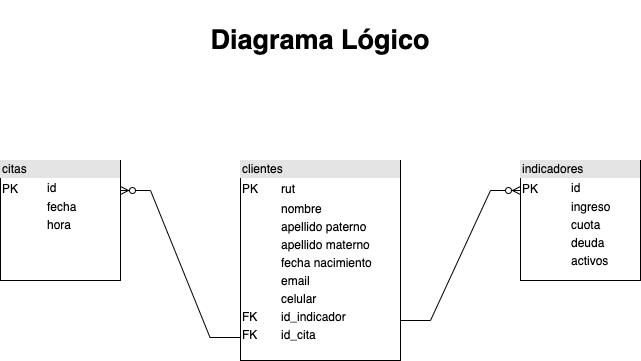
24orellana24/alma keeps this draw.io diagram as apoyo/almaFinanciera.drawio.png. Above is the earlier version. Source tidied: cells renumbered, new cells last; positions are measured from the earlier drawing's top-left corner, leaving out a move shared by most shapes.
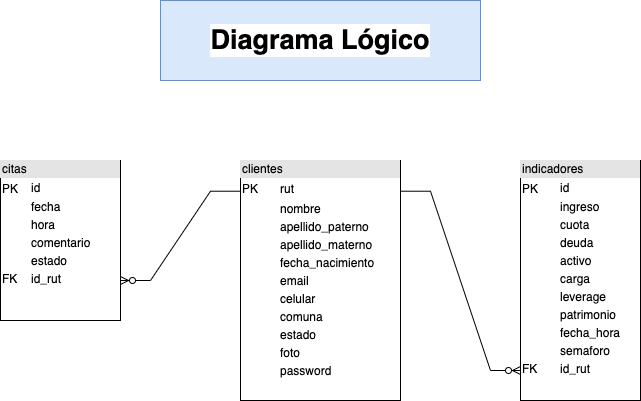
After the commit.

Diff of the diagram source:
```diff
@@ -2,24 +2,22 @@
   <root>
     <mxCell id="0" />
     <mxCell id="1" parent="0" />
-    <mxCell id="2" value="&lt;div style=&quot;box-sizing: border-box ; width: 100% ; background: #e4e4e4 ; padding: 2px&quot;&gt;clientes&lt;/div&gt;&lt;table style=&quot;width: 100% ; font-size: 1em&quot; cellpadding=&quot;2&quot; cellspacing=&quot;0&quot;&gt;&lt;tbody&gt;&lt;tr&gt;&lt;td&gt;PK&lt;span style=&quot;white-space: pre&quot;&gt;&#9;&lt;/span&gt;&lt;/td&gt;&lt;td&gt;rut&lt;/td&gt;&lt;/tr&gt;&lt;tr&gt;&lt;td&gt;&lt;br&gt;&lt;/td&gt;&lt;td&gt;nombre&lt;/td&gt;&lt;/tr&gt;&lt;tr&gt;&lt;td&gt;&lt;/td&gt;&lt;td&gt;apellido paterno&lt;/td&gt;&lt;/tr&gt;&lt;tr&gt;&lt;td&gt;&lt;br&gt;&lt;/td&gt;&lt;td&gt;apellido materno&lt;/td&gt;&lt;/tr&gt;&lt;tr&gt;&lt;td&gt;&lt;br&gt;&lt;/td&gt;&lt;td&gt;fecha nacimiento&lt;/td&gt;&lt;/tr&gt;&lt;tr&gt;&lt;td&gt;&lt;br&gt;&lt;/td&gt;&lt;td&gt;email&lt;/td&gt;&lt;/tr&gt;&lt;tr&gt;&lt;td&gt;&lt;br&gt;&lt;/td&gt;&lt;td&gt;celular&lt;/td&gt;&lt;/tr&gt;&lt;tr&gt;&lt;td&gt;FK&lt;/td&gt;&lt;td&gt;id_indicador&lt;/td&gt;&lt;/tr&gt;&lt;tr&gt;&lt;td&gt;FK&lt;/td&gt;&lt;td&gt;id_cita&lt;/td&gt;&lt;/tr&gt;&lt;/tbody&gt;&lt;/table&gt;" style="verticalAlign=top;align=left;overflow=fill;html=1;" parent="1" vertex="1">
-      <mxGeometry x="240" y="160" width="160" height="200" as="geometry" />
+    <mxCell id="2" value="&lt;div style=&quot;box-sizing: border-box ; width: 100% ; background: #e4e4e4 ; padding: 2px&quot;&gt;clientes&lt;/div&gt;&lt;table style=&quot;width: 100% ; font-size: 1em&quot; cellpadding=&quot;2&quot; cellspacing=&quot;0&quot;&gt;&lt;tbody&gt;&lt;tr&gt;&lt;td&gt;PK&lt;span style=&quot;white-space: pre&quot;&gt;&#9;&lt;/span&gt;&lt;/td&gt;&lt;td&gt;rut&lt;/td&gt;&lt;/tr&gt;&lt;tr&gt;&lt;td&gt;&lt;br&gt;&lt;/td&gt;&lt;td&gt;nombre&lt;/td&gt;&lt;/tr&gt;&lt;tr&gt;&lt;td&gt;&lt;/td&gt;&lt;td&gt;apellido_paterno&lt;/td&gt;&lt;/tr&gt;&lt;tr&gt;&lt;td&gt;&lt;br&gt;&lt;/td&gt;&lt;td&gt;apellido_materno&lt;/td&gt;&lt;/tr&gt;&lt;tr&gt;&lt;td&gt;&lt;br&gt;&lt;/td&gt;&lt;td&gt;fecha_nacimiento&lt;/td&gt;&lt;/tr&gt;&lt;tr&gt;&lt;td&gt;&lt;br&gt;&lt;/td&gt;&lt;td&gt;email&lt;/td&gt;&lt;/tr&gt;&lt;tr&gt;&lt;td&gt;&lt;br&gt;&lt;/td&gt;&lt;td&gt;celular&lt;/td&gt;&lt;/tr&gt;&lt;tr&gt;&lt;td&gt;&lt;br&gt;&lt;/td&gt;&lt;td&gt;comuna&lt;/td&gt;&lt;/tr&gt;&lt;tr&gt;&lt;td&gt;&lt;br&gt;&lt;/td&gt;&lt;td&gt;estado&lt;/td&gt;&lt;/tr&gt;&lt;tr&gt;&lt;td&gt;&lt;br&gt;&lt;/td&gt;&lt;td&gt;foto&lt;/td&gt;&lt;/tr&gt;&lt;tr&gt;&lt;td&gt;&lt;br&gt;&lt;/td&gt;&lt;td&gt;password&lt;/td&gt;&lt;/tr&gt;&lt;/tbody&gt;&lt;/table&gt;" style="verticalAlign=top;align=left;overflow=fill;html=1;" parent="1" vertex="1">
+      <mxGeometry x="240" y="160" width="160" height="240" as="geometry" />
     </mxCell>
-    <mxCell id="3" value="&lt;div style=&quot;box-sizing: border-box ; width: 100% ; background: #e4e4e4 ; padding: 2px&quot;&gt;indicadores&lt;/div&gt;&lt;table style=&quot;width: 100% ; font-size: 1em&quot; cellpadding=&quot;2&quot; cellspacing=&quot;0&quot;&gt;&lt;tbody&gt;&lt;tr&gt;&lt;td&gt;PK&lt;span style=&quot;white-space: pre&quot;&gt;&#9;&lt;/span&gt;&lt;/td&gt;&lt;td&gt;id&lt;/td&gt;&lt;/tr&gt;&lt;tr&gt;&lt;td&gt;&lt;br&gt;&lt;/td&gt;&lt;td&gt;ingreso&lt;/td&gt;&lt;/tr&gt;&lt;tr&gt;&lt;td&gt;&lt;/td&gt;&lt;td&gt;cuota&lt;/td&gt;&lt;/tr&gt;&lt;tr&gt;&lt;td&gt;&lt;br&gt;&lt;/td&gt;&lt;td&gt;deuda&lt;/td&gt;&lt;/tr&gt;&lt;tr&gt;&lt;td&gt;&lt;br&gt;&lt;/td&gt;&lt;td&gt;activos&lt;/td&gt;&lt;/tr&gt;&lt;/tbody&gt;&lt;/table&gt;" style="verticalAlign=top;align=left;overflow=fill;html=1;" parent="1" vertex="1">
-      <mxGeometry x="520" y="160" width="120" height="120" as="geometry" />
+    <mxCell id="3" value="&lt;div style=&quot;box-sizing: border-box ; width: 100% ; background: #e4e4e4 ; padding: 2px&quot;&gt;indicadores&lt;/div&gt;&lt;table style=&quot;width: 100% ; font-size: 1em&quot; cellpadding=&quot;2&quot; cellspacing=&quot;0&quot;&gt;&lt;tbody&gt;&lt;tr&gt;&lt;td&gt;PK&lt;span style=&quot;white-space: pre&quot;&gt;&#9;&lt;/span&gt;&lt;/td&gt;&lt;td&gt;id&lt;/td&gt;&lt;/tr&gt;&lt;tr&gt;&lt;td&gt;&lt;br&gt;&lt;/td&gt;&lt;td&gt;ingreso&lt;/td&gt;&lt;/tr&gt;&lt;tr&gt;&lt;td&gt;&lt;/td&gt;&lt;td&gt;cuota&lt;/td&gt;&lt;/tr&gt;&lt;tr&gt;&lt;td&gt;&lt;br&gt;&lt;/td&gt;&lt;td&gt;deuda&lt;/td&gt;&lt;/tr&gt;&lt;tr&gt;&lt;td&gt;&lt;br&gt;&lt;/td&gt;&lt;td&gt;activo&lt;/td&gt;&lt;/tr&gt;&lt;tr&gt;&lt;td&gt;&lt;br&gt;&lt;/td&gt;&lt;td&gt;carga&lt;/td&gt;&lt;/tr&gt;&lt;tr&gt;&lt;td&gt;&lt;br&gt;&lt;/td&gt;&lt;td&gt;leverage&lt;/td&gt;&lt;/tr&gt;&lt;tr&gt;&lt;td&gt;&lt;br&gt;&lt;/td&gt;&lt;td&gt;patrimonio&lt;/td&gt;&lt;/tr&gt;&lt;tr&gt;&lt;td&gt;&lt;br&gt;&lt;/td&gt;&lt;td&gt;fecha_hora&lt;/td&gt;&lt;/tr&gt;&lt;tr&gt;&lt;td&gt;&lt;br&gt;&lt;/td&gt;&lt;td&gt;semaforo&lt;/td&gt;&lt;/tr&gt;&lt;tr&gt;&lt;td&gt;FK&lt;/td&gt;&lt;td&gt;id_rut&lt;/td&gt;&lt;/tr&gt;&lt;/tbody&gt;&lt;/table&gt;" style="verticalAlign=top;align=left;overflow=fill;html=1;" parent="1" vertex="1">
+      <mxGeometry x="520" y="160" width="120" height="240" as="geometry" />
     </mxCell>
-    <mxCell id="4" value="&lt;div style=&quot;box-sizing: border-box ; width: 100% ; background: #e4e4e4 ; padding: 2px&quot;&gt;citas&lt;/div&gt;&lt;table style=&quot;width: 100% ; font-size: 1em&quot; cellpadding=&quot;2&quot; cellspacing=&quot;0&quot;&gt;&lt;tbody&gt;&lt;tr&gt;&lt;td&gt;PK&lt;/td&gt;&lt;td&gt;id&lt;/td&gt;&lt;/tr&gt;&lt;tr&gt;&lt;td&gt;&lt;br&gt;&lt;/td&gt;&lt;td&gt;fecha&lt;/td&gt;&lt;/tr&gt;&lt;tr&gt;&lt;td&gt;&lt;/td&gt;&lt;td&gt;hora&lt;/td&gt;&lt;/tr&gt;&lt;/tbody&gt;&lt;/table&gt;" style="verticalAlign=top;align=left;overflow=fill;html=1;" parent="1" vertex="1">
-      <mxGeometry y="160" width="120" height="120" as="geometry" />
+    <mxCell id="4" value="&lt;div style=&quot;box-sizing: border-box ; width: 100% ; background: #e4e4e4 ; padding: 2px&quot;&gt;citas&lt;/div&gt;&lt;table style=&quot;width: 100% ; font-size: 1em&quot; cellpadding=&quot;2&quot; cellspacing=&quot;0&quot;&gt;&lt;tbody&gt;&lt;tr&gt;&lt;td&gt;PK&lt;/td&gt;&lt;td&gt;id&lt;/td&gt;&lt;/tr&gt;&lt;tr&gt;&lt;td&gt;&lt;br&gt;&lt;/td&gt;&lt;td&gt;fecha&lt;/td&gt;&lt;/tr&gt;&lt;tr&gt;&lt;td&gt;&lt;/td&gt;&lt;td&gt;hora&lt;/td&gt;&lt;/tr&gt;&lt;tr&gt;&lt;td&gt;&lt;br&gt;&lt;/td&gt;&lt;td&gt;comentario&lt;/td&gt;&lt;/tr&gt;&lt;tr&gt;&lt;td&gt;&lt;br&gt;&lt;/td&gt;&lt;td&gt;estado&lt;/td&gt;&lt;/tr&gt;&lt;tr&gt;&lt;td&gt;FK&lt;/td&gt;&lt;td&gt;id_rut&lt;/td&gt;&lt;/tr&gt;&lt;/tbody&gt;&lt;/table&gt;" style="verticalAlign=top;align=left;overflow=fill;html=1;" parent="1" vertex="1">
+      <mxGeometry y="160" width="120" height="160" as="geometry" />
     </mxCell>
-    <mxCell id="5" style="edgeStyle=entityRelationEdgeStyle;fontSize=12;html=1;endArrow=ERzeroToMany;endFill=1;rounded=0;exitX=-0.003;exitY=0.885;exitDx=0;exitDy=0;exitPerimeter=0;entryX=1;entryY=0.25;entryDx=0;entryDy=0;" parent="1" edge="1" source="2" target="4">
+    <mxCell id="5" style="edgeStyle=entityRelationEdgeStyle;fontSize=12;html=1;endArrow=ERzeroToMany;endFill=1;rounded=0;entryX=1;entryY=0.75;entryDx=0;entryDy=0;exitX=0;exitY=0.128;exitDx=0;exitDy=0;exitPerimeter=0;" parent="1" edge="1" source="2" target="4">
       <mxGeometry relative="1" as="geometry" />
     </mxCell>
-    <mxCell id="6" style="edgeStyle=entityRelationEdgeStyle;fontSize=12;html=1;endArrow=ERzeroToMany;endFill=1;rounded=0;entryX=0;entryY=0.25;entryDx=0;entryDy=0;" parent="1" edge="1" target="3">
-      <mxGeometry relative="1" as="geometry">
-        <mxPoint x="400" y="320" as="sourcePoint" />
-      </mxGeometry>
+    <mxCell id="6" style="edgeStyle=entityRelationEdgeStyle;fontSize=12;html=1;endArrow=ERzeroToMany;endFill=1;rounded=0;entryX=0;entryY=0.875;entryDx=0;entryDy=0;exitX=1;exitY=0.128;exitDx=0;exitDy=0;exitPerimeter=0;entryPerimeter=0;" parent="1" edge="1" source="2" target="3">
+      <mxGeometry relative="1" as="geometry" />
     </mxCell>
-    <mxCell id="7" value="Diagrama Lógico" style="text;html=1;strokeColor=none;fillColor=none;align=center;verticalAlign=middle;whiteSpace=wrap;rounded=0;fontSize=27;fontStyle=1;labelBackgroundColor=default;labelBorderColor=none;" parent="1" vertex="1">
+    <mxCell id="7" value="Diagrama Lógico" style="text;html=1;strokeColor=#6c8ebf;fillColor=#dae8fc;align=center;verticalAlign=middle;whiteSpace=wrap;rounded=0;fontSize=27;fontStyle=1;labelBackgroundColor=default;labelBorderColor=none;" parent="1" vertex="1">
       <mxGeometry x="160" width="320" height="80" as="geometry" />
     </mxCell>
   </root>
```
